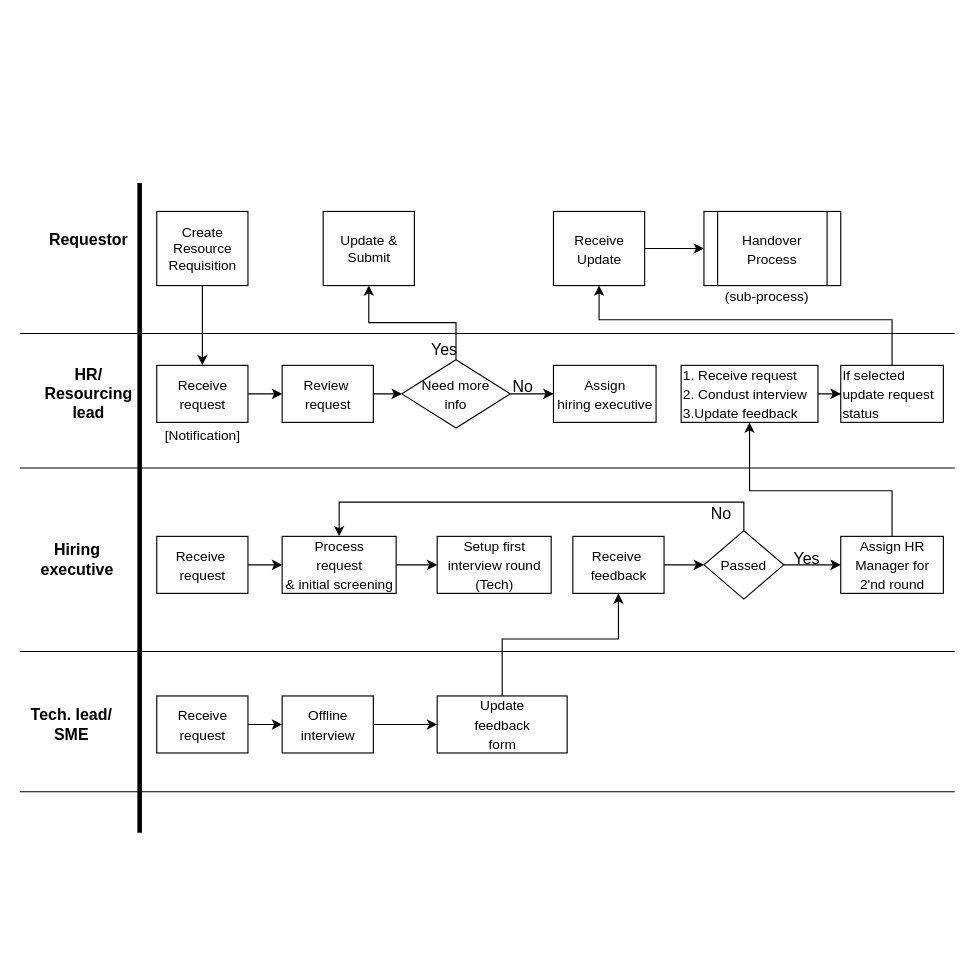
The draw.io diagram demo/Resource Management Diagram.drawio in pratikdimble/Diagram, before the edit. Source tidied: cells renumbered, new cells numbered last; positions are measured from the earlier drawing's top-left corner, leaving out a move shared by most shapes. Both pictures are drawn from the tidied source at 114%, with x=0, y=0 at pixel (19, 182).
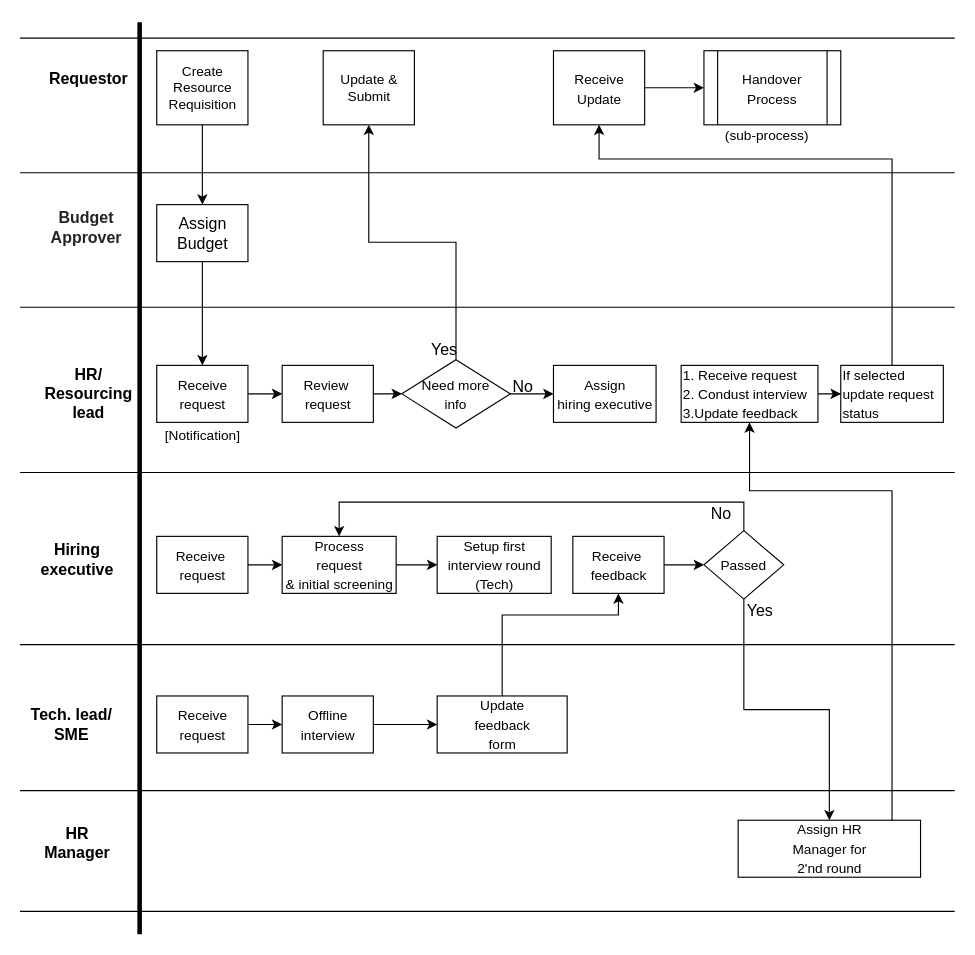
The same page after the edit.

The change refers to these unchanged cells:
```xml
<mxCell id="13" value="&lt;span style=&quot;font-size: 12px&quot;&gt;Receive&lt;/span&gt;&lt;br style=&quot;font-size: 12px&quot;&gt;&lt;span style=&quot;font-size: 12px&quot;&gt;request&lt;/span&gt;" style="html=1;fontSize=14;" parent="1" vertex="1">
  <mxGeometry x="120" y="160" width="80" height="50" as="geometry" />
</mxCell>
<mxCell id="21" value="&lt;span style=&quot;font-size: 12px&quot;&gt;If selected&lt;/span&gt;&lt;br style=&quot;font-size: 12px&quot;&gt;&lt;span style=&quot;font-size: 12px&quot;&gt;update request&lt;/span&gt;&lt;br style=&quot;font-size: 12px&quot;&gt;&lt;span style=&quot;font-size: 12px&quot;&gt;status&lt;/span&gt;" style="html=1;fontSize=14;align=left;" parent="1" vertex="1">
  <mxGeometry x="720" y="160" width="90" height="50" as="geometry" />
</mxCell>
<mxCell id="40" value="&lt;span style=&quot;font-size: 12px&quot;&gt;Receive&amp;nbsp;&lt;/span&gt;&lt;br style=&quot;font-size: 12px&quot;&gt;&lt;span style=&quot;font-size: 12px&quot;&gt;feedback&lt;/span&gt;" style="html=1;fontSize=14;" parent="1" vertex="1">
  <mxGeometry x="485" y="310" width="80" height="50" as="geometry" />
</mxCell>
<mxCell id="50" value="&lt;span style=&quot;font-size: 12px&quot;&gt;Update&lt;/span&gt;&lt;br style=&quot;font-size: 12px&quot;&gt;&lt;span style=&quot;font-size: 12px&quot;&gt;feedback&lt;/span&gt;&lt;br style=&quot;font-size: 12px&quot;&gt;&lt;span style=&quot;font-size: 12px&quot;&gt;form&lt;/span&gt;" style="html=1;fontSize=14;" parent="1" vertex="1">
  <mxGeometry x="366" y="450" width="114" height="50" as="geometry" />
</mxCell>
```

What changed in the source:
```diff
@@
     <mxCell id="2" value="Requestor" style="text;html=1;align=center;verticalAlign=middle;strokeColor=none;fillColor=none;fontStyle=1;fontSize=14;" parent="1" vertex="1">
-      <mxGeometry x="20" y="40" width="80" height="20" as="geometry" />
+      <mxGeometry x="20" y="-101" width="80" height="20" as="geometry" />
     </mxCell>
     <mxCell id="3" value="(sub-process)" style="text;html=1;align=center;verticalAlign=middle;strokeColor=none;fillColor=none;" parent="1" vertex="1">
-      <mxGeometry x="610" y="90" width="90" height="20" as="geometry" />
+      <mxGeometry x="610" y="-51" width="90" height="20" as="geometry" />
     </mxCell>
@@
     <mxCell id="6" value="Yes" style="text;html=1;align=center;verticalAlign=middle;strokeColor=none;fillColor=none;fontSize=14;" parent="1" vertex="1">
-      <mxGeometry x="670" y="320" width="40" height="20" as="geometry" />
+      <mxGeometry x="629" y="365" width="40" height="20" as="geometry" />
     </mxCell>
@@
     <mxCell id="11" style="line;strokeWidth=4;direction=south;html=1;perimeter=backbonePerimeter;fontSize=14;" parent="1" vertex="1">
-      <mxGeometry x="100" width="10" height="570" as="geometry" />
+      <mxGeometry x="100" y="-141" width="10" height="800" as="geometry" />
     </mxCell>
@@
     <mxCell id="20" style="edgeStyle=orthogonalEdgeStyle;rounded=0;jettySize=auto;html=1;entryX=0.5;entryY=1;entryDx=0;entryDy=0;fontSize=14;" parent="1" edge="1" source="21" target="30">
       <mxGeometry relative="1" as="geometry">
         <Array as="points">
-          <mxPoint x="765" y="120" />
-          <mxPoint x="508" y="120" />
+          <mxPoint x="765" y="-21" />
+          <mxPoint x="508" y="-21" />
         </Array>
       </mxGeometry>
     </mxCell>
@@
     <mxCell id="24" style="line;strokeWidth=1;fillColor=none;align=left;verticalAlign=middle;spacingTop=-1;spacingLeft=3;spacingRight=3;labelPosition=right;fontSize=10;" parent="1" vertex="1">
-      <mxGeometry y="128" width="820" height="8" as="geometry" />
+      <mxGeometry y="-13" width="820" height="8" as="geometry" />
     </mxCell>
     <mxCell id="25" value="&lt;span style=&quot;font-size: 12px&quot;&gt;Update &amp;amp;&lt;/span&gt;&lt;br style=&quot;font-size: 12px&quot;&gt;&lt;span style=&quot;font-size: 12px&quot;&gt;Submit&lt;/span&gt;" style="html=1;fontSize=10;" parent="1" vertex="1">
-      <mxGeometry x="266" y="25" width="80" height="65" as="geometry" />
+      <mxGeometry x="266" y="-116" width="80" height="65" as="geometry" />
     </mxCell>
-    <mxCell id="26" style="edgeStyle=orthogonalEdgeStyle;rounded=0;jettySize=auto;html=1;fontSize=14;" parent="1" edge="1" source="27" target="13">
+    <mxCell id="26" style="edgeStyle=orthogonalEdgeStyle;rounded=0;jettySize=auto;html=1;fontSize=14;entryX=0.5;entryY=0;entryDx=0;entryDy=0;" parent="1" edge="1" source="27" target="54">
       <mxGeometry relative="1" as="geometry" />
     </mxCell>
     <mxCell id="27" value="&lt;span style=&quot;font-size: 12px;&quot;&gt;Create&lt;/span&gt;&lt;br style=&quot;font-size: 12px;&quot;&gt;&lt;span style=&quot;font-size: 12px;&quot;&gt;Resource&lt;/span&gt;&lt;br style=&quot;font-size: 12px;&quot;&gt;&lt;span style=&quot;font-size: 12px;&quot;&gt;Requisition&lt;/span&gt;" style="html=1;fontSize=10;align=center;" parent="1" vertex="1">
-      <mxGeometry x="120" y="25" width="80" height="65" as="geometry" />
+      <mxGeometry x="120" y="-116" width="80" height="65" as="geometry" />
     </mxCell>
@@
     <mxCell id="29" style="edgeStyle=orthogonalEdgeStyle;rounded=0;jettySize=auto;html=1;fontSize=14;" parent="1" edge="1" source="30">
       <mxGeometry relative="1" as="geometry">
-        <mxPoint x="600" y="57.5" as="targetPoint" />
+        <mxPoint x="600" y="-83.5" as="targetPoint" />
       </mxGeometry>
     </mxCell>
     <mxCell id="30" value="&lt;span style=&quot;font-size: 12px&quot;&gt;Receive&lt;/span&gt;&lt;br style=&quot;font-size: 12px&quot;&gt;&lt;span style=&quot;font-size: 12px&quot;&gt;Update&lt;/span&gt;" style="html=1;fontSize=14;" parent="1" vertex="1">
-      <mxGeometry x="468" y="25" width="80" height="65" as="geometry" />
+      <mxGeometry x="468" y="-116" width="80" height="65" as="geometry" />
     </mxCell>
     <mxCell id="31" value="&lt;span style=&quot;font-size: 12px&quot;&gt;Handover&lt;/span&gt;&lt;br style=&quot;font-size: 12px&quot;&gt;&lt;span style=&quot;font-size: 12px&quot;&gt;Process&lt;/span&gt;" style="shape=process;whiteSpace=wrap;html=1;backgroundOutline=1;fontSize=14;" parent="1" vertex="1">
-      <mxGeometry x="600" y="25" width="120" height="65" as="geometry" />
+      <mxGeometry x="600" y="-116" width="120" height="65" as="geometry" />
     </mxCell>
     <mxCell id="32" style="line;strokeWidth=1;fillColor=none;align=left;verticalAlign=middle;spacingTop=-1;spacingLeft=3;spacingRight=3;labelPosition=right;fontSize=10;" parent="1" vertex="1">
-      <mxGeometry y="246" width="820" height="8" as="geometry" />
+      <mxGeometry y="105" width="820" height="8" as="geometry" />
     </mxCell>
@@
     <mxCell id="44" value="&lt;span style=&quot;font-size: 12px&quot;&gt;Assign HR&lt;/span&gt;&lt;br style=&quot;font-size: 12px&quot;&gt;&lt;span style=&quot;font-size: 12px&quot;&gt;Manager for&lt;/span&gt;&lt;br style=&quot;font-size: 12px&quot;&gt;&lt;span style=&quot;font-size: 12px&quot;&gt;2'nd round&lt;/span&gt;" style="html=1;fontSize=14;" parent="1" vertex="1">
-      <mxGeometry x="720" y="310" width="90" height="50" as="geometry" />
+      <mxGeometry x="630" y="559" width="160" height="50" as="geometry" />
     </mxCell>
@@
     <mxCell id="49" style="edgeStyle=orthogonalEdgeStyle;rounded=0;jettySize=auto;html=1;entryX=0.5;entryY=1;entryDx=0;entryDy=0;fontSize=14;" parent="1" edge="1" source="50" target="40">
       <mxGeometry relative="1" as="geometry">
         <Array as="points">
-          <mxPoint x="423" y="400" />
-          <mxPoint x="525" y="400" />
+          <mxPoint x="423" y="379" />
+          <mxPoint x="525" y="379" />
         </Array>
       </mxGeometry>
     </mxCell>
@@
     <mxCell id="51" style="line;strokeWidth=1;fillColor=none;align=left;verticalAlign=middle;spacingTop=-1;spacingLeft=3;spacingRight=3;labelPosition=right;fontSize=10;" parent="1" vertex="1">
-      <mxGeometry y="407" width="820" height="8" as="geometry" />
+      <mxGeometry y="250" width="820" height="8" as="geometry" />
     </mxCell>
     <mxCell id="52" style="line;strokeWidth=1;fillColor=none;align=left;verticalAlign=middle;spacingTop=-1;spacingLeft=3;spacingRight=3;labelPosition=right;fontSize=10;" parent="1" vertex="1">
-      <mxGeometry y="530" width="820" height="8" as="geometry" />
+      <mxGeometry y="401" width="820" height="8" as="geometry" />
     </mxCell>
+    <mxCell id="53" style="edgeStyle=orthogonalEdgeStyle;rounded=0;jettySize=auto;html=1;fontSize=14;" parent="1" edge="1" source="54" target="13">
+      <mxGeometry relative="1" as="geometry" />
+    </mxCell>
+    <mxCell id="54" value="Assign&lt;br&gt;Budget" style="html=1;fontSize=14;" parent="1" vertex="1">
+      <mxGeometry x="120" y="19" width="80" height="50" as="geometry" />
+    </mxCell>
+    <mxCell id="55" value="&lt;span style=&quot;color: rgb(36 , 36 , 36) ; font-family: &amp;quot;segoe ui&amp;quot; , , &amp;quot;apple color emoji&amp;quot; , &amp;quot;segoe ui emoji&amp;quot; , sans-serif ; background-color: rgb(255 , 255 , 255)&quot;&gt;Budget&lt;br&gt;Approver&lt;br&gt;&lt;/span&gt;" style="text;html=1;align=center;verticalAlign=middle;strokeColor=none;fillColor=none;fontSize=14;fontStyle=1;" parent="1" vertex="1">
+      <mxGeometry x="18" y="19" width="80" height="40" as="geometry" />
+    </mxCell>
+    <mxCell id="56" style="line;strokeWidth=1;fillColor=none;align=left;verticalAlign=middle;spacingTop=-1;spacingLeft=3;spacingRight=3;labelPosition=right;fontSize=10;" parent="1" vertex="1">
+      <mxGeometry y="529" width="820" height="8" as="geometry" />
+    </mxCell>
+    <mxCell id="57" style="line;strokeWidth=1;fillColor=none;align=left;verticalAlign=middle;spacingTop=-1;spacingLeft=3;spacingRight=3;labelPosition=right;fontSize=10;" parent="1" vertex="1">
+      <mxGeometry y="635" width="820" height="8" as="geometry" />
+    </mxCell>
+    <mxCell id="58" value="HR&lt;br&gt;Manager" style="text;html=1;align=center;verticalAlign=middle;strokeColor=none;fillColor=none;fontSize=14;fontStyle=1;" parent="1" vertex="1">
+      <mxGeometry x="15" y="559" width="70" height="40" as="geometry" />
+    </mxCell>
+    <mxCell id="59" style="line;strokeWidth=1;fillColor=none;align=left;verticalAlign=middle;spacingTop=-1;spacingLeft=3;spacingRight=3;labelPosition=right;fontSize=10;" parent="1" vertex="1">
+      <mxGeometry y="-131" width="820" height="8" as="geometry" />
+    </mxCell>
```
